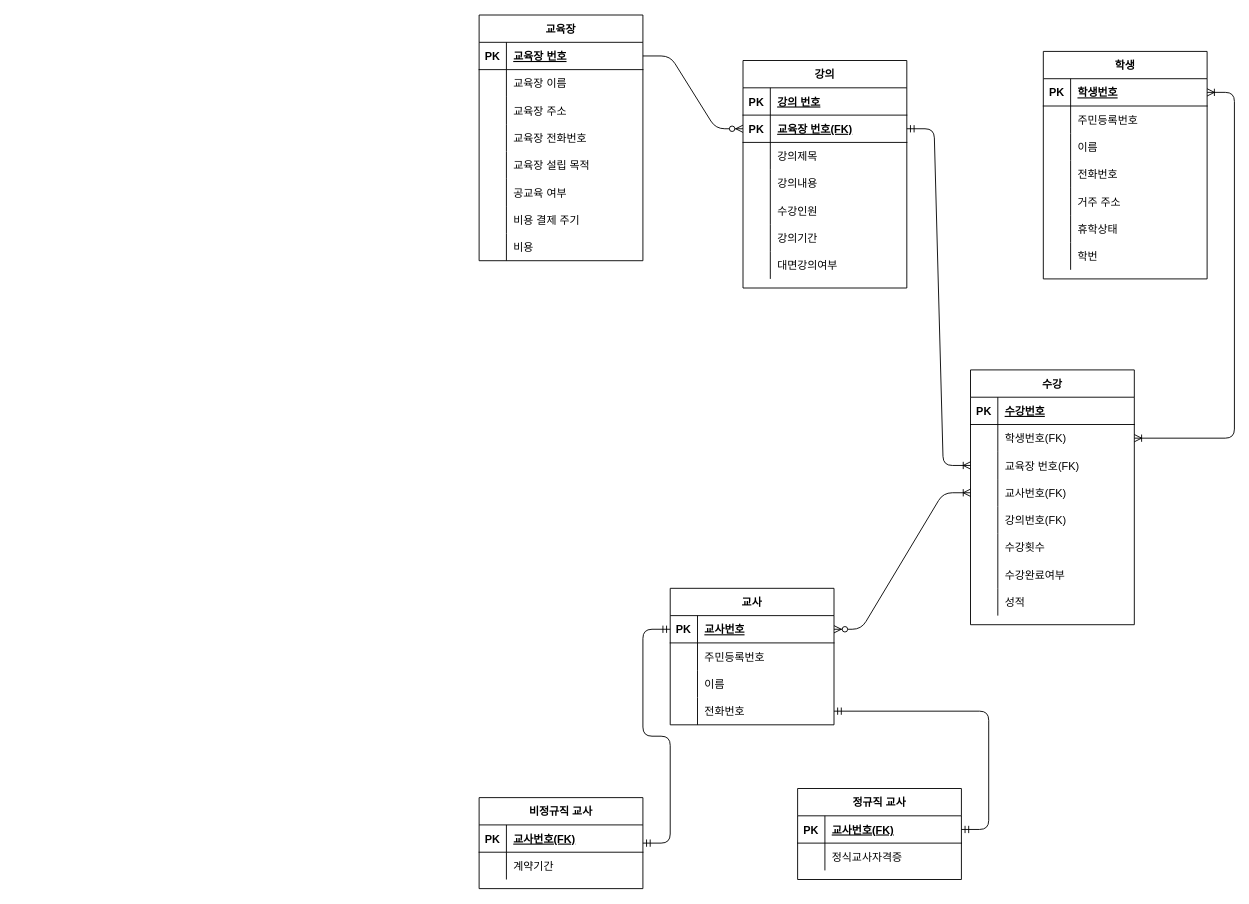
Above: Untitled Diagram.drawio in iks15174/block_crash_javascripte (draw.io), before the change. Source tidied: cells renumbered, new cells numbered last; positions are measured from the earlier drawing's top-left corner, leaving out a move shared by most shapes. Both pictures are drawn from the tidied source at 91%, with x=0, y=0 at pixel (479, 15).
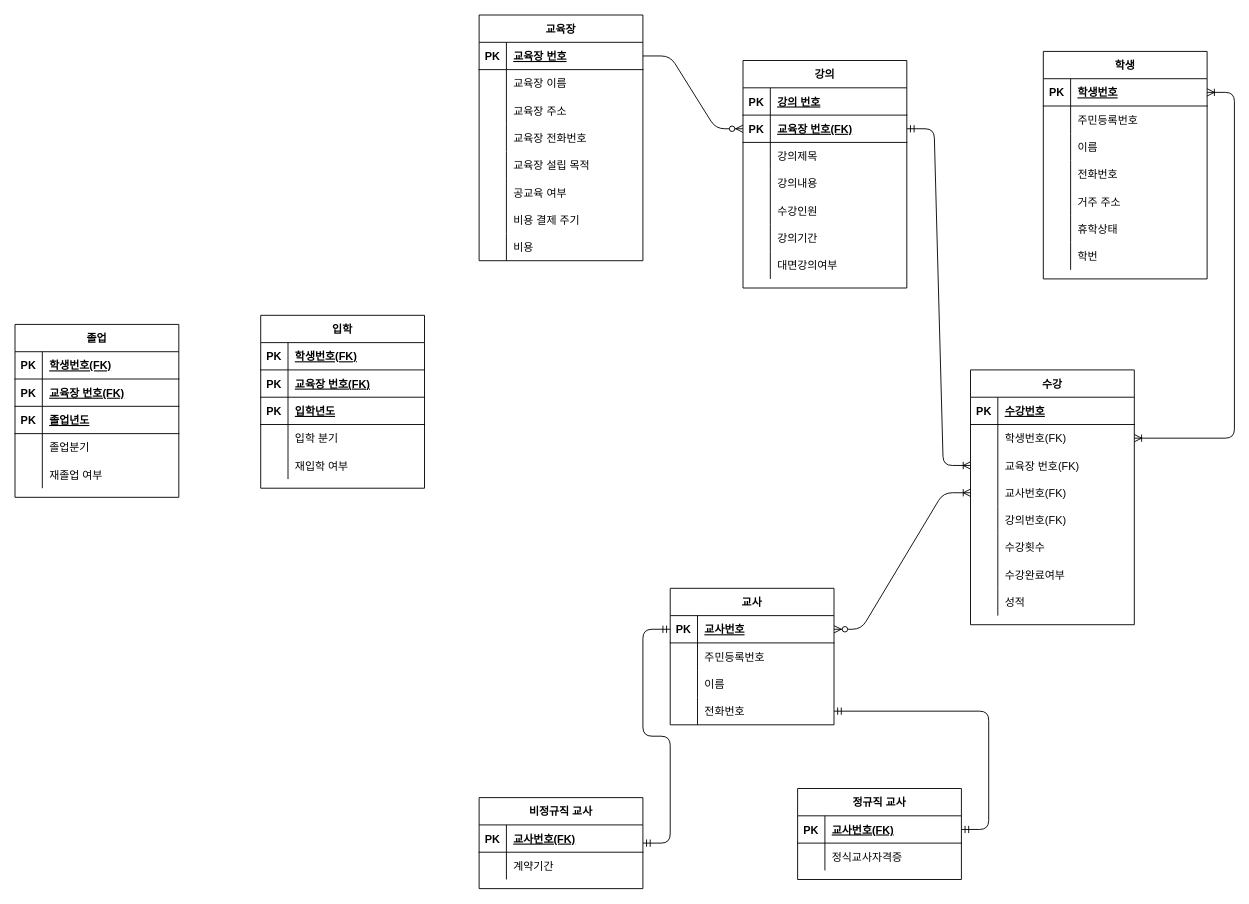
Above is the later version.

The edit, as a diff of the source:
```diff
@@
+    <mxCell id="129" value="입학" style="shape=table;startSize=30;childLayout=tableLayout;rowLines=0;fontStyle=1;align=center;" parent="1" vertex="1">
+      <mxGeometry x="-240" y="330" width="180" height="190" as="geometry" />
+    </mxCell>
+    <mxCell id="130" style="shape=partialRectangle;fillColor=none;top=0;left=0;bottom=1;right=0;" parent="129" vertex="1">
+      <mxGeometry y="30" width="180" height="30" as="geometry" />
+    </mxCell>
+    <mxCell id="131" value="PK" style="shape=partialRectangle;fillColor=none;top=0;left=0;bottom=0;right=0;fontStyle=1;overflow=hidden;" parent="130" vertex="1">
+      <mxGeometry width="30" height="30" as="geometry" />
+    </mxCell>
+    <mxCell id="132" value="학생번호(FK)" style="shape=partialRectangle;fillColor=none;top=0;left=0;bottom=0;right=0;align=left;spacingLeft=6;fontStyle=5;overflow=hidden;" parent="130" vertex="1">
+      <mxGeometry x="30" width="150" height="30" as="geometry" />
+    </mxCell>
+    <mxCell id="133" style="shape=partialRectangle;fillColor=none;top=0;left=0;bottom=1;right=0;" parent="129" vertex="1">
+      <mxGeometry y="60" width="180" height="30" as="geometry" />
+    </mxCell>
+    <mxCell id="134" value="PK" style="shape=partialRectangle;fillColor=none;top=0;left=0;bottom=0;right=0;fontStyle=1;overflow=hidden;" parent="133" vertex="1">
+      <mxGeometry width="30" height="30" as="geometry" />
+    </mxCell>
+    <mxCell id="135" value="교육장 번호(FK)" style="shape=partialRectangle;fillColor=none;top=0;left=0;bottom=0;right=0;align=left;spacingLeft=6;fontStyle=5;overflow=hidden;" parent="133" vertex="1">
+      <mxGeometry x="30" width="150" height="30" as="geometry" />
+    </mxCell>
+    <mxCell id="136" style="shape=partialRectangle;fillColor=none;top=0;left=0;bottom=1;right=0;" parent="129" vertex="1">
+      <mxGeometry y="90" width="180" height="30" as="geometry" />
+    </mxCell>
+    <mxCell id="137" value="PK" style="shape=partialRectangle;fillColor=none;top=0;left=0;bottom=0;right=0;fontStyle=1;overflow=hidden;" parent="136" vertex="1">
+      <mxGeometry width="30" height="30" as="geometry" />
+    </mxCell>
+    <mxCell id="138" value="입학년도" style="shape=partialRectangle;fillColor=none;top=0;left=0;bottom=0;right=0;align=left;spacingLeft=6;fontStyle=5;overflow=hidden;" parent="136" vertex="1">
+      <mxGeometry x="30" width="150" height="30" as="geometry" />
+    </mxCell>
+    <mxCell id="139" style="shape=partialRectangle;fillColor=none;top=0;left=0;bottom=0;right=0;" parent="129" vertex="1">
+      <mxGeometry y="120" width="180" height="30" as="geometry" />
+    </mxCell>
+    <mxCell id="140" style="shape=partialRectangle;fillColor=none;top=0;left=0;bottom=0;right=0;overflow=hidden;" parent="139" vertex="1">
+      <mxGeometry width="30" height="30" as="geometry" />
+    </mxCell>
+    <mxCell id="141" value="입학 분기" style="shape=partialRectangle;fillColor=none;top=0;left=0;bottom=0;right=0;align=left;spacingLeft=6;overflow=hidden;" parent="139" vertex="1">
+      <mxGeometry x="30" width="150" height="30" as="geometry" />
+    </mxCell>
+    <mxCell id="142" style="shape=partialRectangle;fillColor=none;top=0;left=0;bottom=0;right=0;" parent="129" vertex="1">
+      <mxGeometry y="150" width="180" height="30" as="geometry" />
+    </mxCell>
+    <mxCell id="143" style="shape=partialRectangle;fillColor=none;top=0;left=0;bottom=0;right=0;overflow=hidden;" parent="142" vertex="1">
+      <mxGeometry width="30" height="30" as="geometry" />
+    </mxCell>
+    <mxCell id="144" value="재입학 여부" style="shape=partialRectangle;fillColor=none;top=0;left=0;bottom=0;right=0;align=left;spacingLeft=6;overflow=hidden;" parent="142" vertex="1">
+      <mxGeometry x="30" width="150" height="30" as="geometry" />
+    </mxCell>
+    <mxCell id="145" value="졸업" style="shape=table;startSize=30;childLayout=tableLayout;rowLines=0;fontStyle=1;align=center;" parent="1" vertex="1">
+      <mxGeometry x="-510" y="340" width="180" height="190" as="geometry" />
+    </mxCell>
+    <mxCell id="146" style="shape=partialRectangle;fillColor=none;top=0;left=0;bottom=1;right=0;" parent="145" vertex="1">
+      <mxGeometry y="30" width="180" height="30" as="geometry" />
+    </mxCell>
+    <mxCell id="147" value="PK" style="shape=partialRectangle;fillColor=none;top=0;left=0;bottom=0;right=0;fontStyle=1;overflow=hidden;" parent="146" vertex="1">
+      <mxGeometry width="30" height="30" as="geometry" />
+    </mxCell>
+    <mxCell id="148" value="학생번호(FK)" style="shape=partialRectangle;fillColor=none;top=0;left=0;bottom=0;right=0;align=left;spacingLeft=6;fontStyle=5;overflow=hidden;" parent="146" vertex="1">
+      <mxGeometry x="30" width="150" height="30" as="geometry" />
+    </mxCell>
+    <mxCell id="149" style="shape=partialRectangle;fillColor=none;top=0;left=0;bottom=1;right=0;" parent="145" vertex="1">
+      <mxGeometry y="60" width="180" height="30" as="geometry" />
+    </mxCell>
+    <mxCell id="150" value="PK" style="shape=partialRectangle;fillColor=none;top=0;left=0;bottom=0;right=0;fontStyle=1;overflow=hidden;" parent="149" vertex="1">
+      <mxGeometry width="30" height="30" as="geometry" />
+    </mxCell>
+    <mxCell id="151" value="교육장 번호(FK)" style="shape=partialRectangle;fillColor=none;top=0;left=0;bottom=0;right=0;align=left;spacingLeft=6;fontStyle=5;overflow=hidden;" parent="149" vertex="1">
+      <mxGeometry x="30" width="150" height="30" as="geometry" />
+    </mxCell>
+    <mxCell id="152" style="shape=partialRectangle;fillColor=none;top=0;left=0;bottom=1;right=0;" parent="145" vertex="1">
+      <mxGeometry y="90" width="180" height="30" as="geometry" />
+    </mxCell>
+    <mxCell id="153" value="PK" style="shape=partialRectangle;fillColor=none;top=0;left=0;bottom=0;right=0;fontStyle=1;overflow=hidden;" parent="152" vertex="1">
+      <mxGeometry width="30" height="30" as="geometry" />
+    </mxCell>
+    <mxCell id="154" value="졸업년도" style="shape=partialRectangle;fillColor=none;top=0;left=0;bottom=0;right=0;align=left;spacingLeft=6;fontStyle=5;overflow=hidden;" parent="152" vertex="1">
+      <mxGeometry x="30" width="150" height="30" as="geometry" />
+    </mxCell>
+    <mxCell id="155" style="shape=partialRectangle;fillColor=none;top=0;left=0;bottom=0;right=0;" parent="145" vertex="1">
+      <mxGeometry y="120" width="180" height="30" as="geometry" />
+    </mxCell>
+    <mxCell id="156" style="shape=partialRectangle;fillColor=none;top=0;left=0;bottom=0;right=0;overflow=hidden;" parent="155" vertex="1">
+      <mxGeometry width="30" height="30" as="geometry" />
+    </mxCell>
+    <mxCell id="157" value="졸업분기" style="shape=partialRectangle;fillColor=none;top=0;left=0;bottom=0;right=0;align=left;spacingLeft=6;overflow=hidden;" parent="155" vertex="1">
+      <mxGeometry x="30" width="150" height="30" as="geometry" />
+    </mxCell>
+    <mxCell id="158" style="shape=partialRectangle;fillColor=none;top=0;left=0;bottom=0;right=0;" parent="145" vertex="1">
+      <mxGeometry y="150" width="180" height="30" as="geometry" />
+    </mxCell>
+    <mxCell id="159" style="shape=partialRectangle;fillColor=none;top=0;left=0;bottom=0;right=0;overflow=hidden;" parent="158" vertex="1">
+      <mxGeometry width="30" height="30" as="geometry" />
+    </mxCell>
+    <mxCell id="160" value="재졸업 여부" style="shape=partialRectangle;fillColor=none;top=0;left=0;bottom=0;right=0;align=left;spacingLeft=6;overflow=hidden;" parent="158" vertex="1">
+      <mxGeometry x="30" width="150" height="30" as="geometry" />
+    </mxCell>
```
